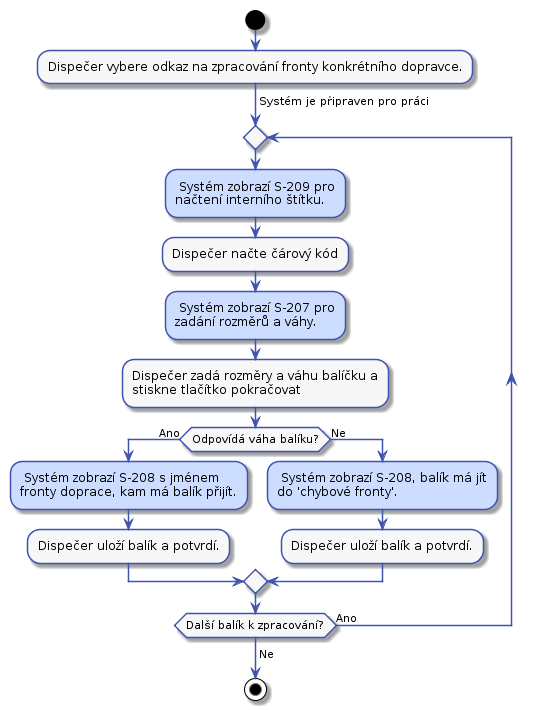
This is docs/diagrams/out/uc-23-activity.png from Internet-Handel/postman, a PlantUML export, as it was before one commit.
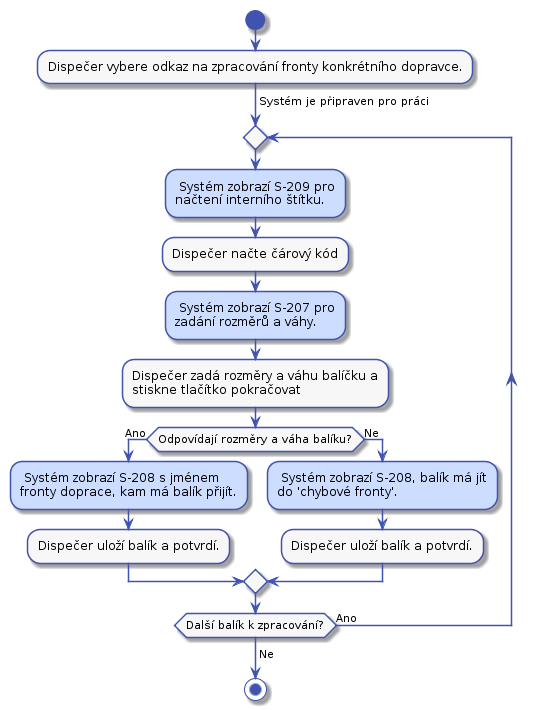
The same file after the commit.

What changed in the source:
```diff
@@ -7,6 +7,8 @@
     ArrowColor #4053AF
     FontName Roboto
     BackgroundColor #F7F7F7
+    StartColor #4053AF
+    EndColor #4053AF
 }
 
 skinparam activityDiamond {
@@ -42,6 +44,11 @@
     ParticipantBackgroundColor #F7F7F7
 }
 
+skinparam note {
+    BorderColor #4053AF
+    BackgroundColor #F7F7F7
+}
+
 
 start
 
@@ -60,7 +67,7 @@
     :Dispečer zadá rozměry a váhu balíčku a
     stiskne tlačítko pokračovat;
 
-    if (Odpovídá váha balíku?) then (Ano)
+    if (Odpovídají rozměry a váha balíku?) then (Ano)
         #CDDDFF: Systém zobrazí S-208 s jménem
         fronty doprace, kam má balík přijít.;
         :Dispečer uloží balík a potvrdí.;
```
